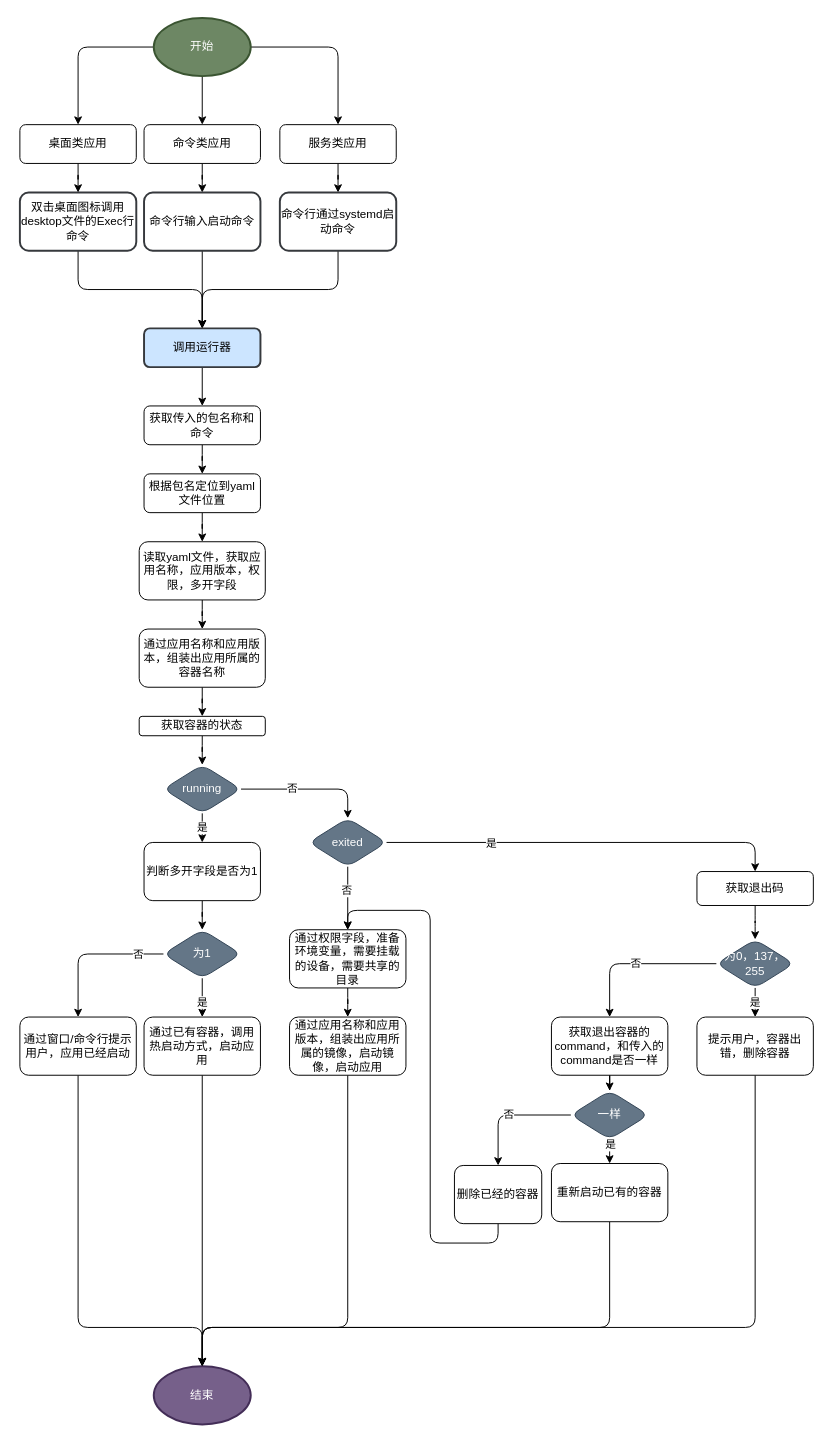
Doorer/draw.io-1 keeps this draw.io diagram as page "第 1 页" (1 of 2) of apprunning.drawio. Above is the earlier version. Source tidied: cells renumbered, new cells numbered last; positions are measured from the earlier drawing's top-left corner, leaving out a move shared by most shapes. Both pictures are drawn from the tidied source at 97%, with x=0, y=0 at pixel (19, 17).
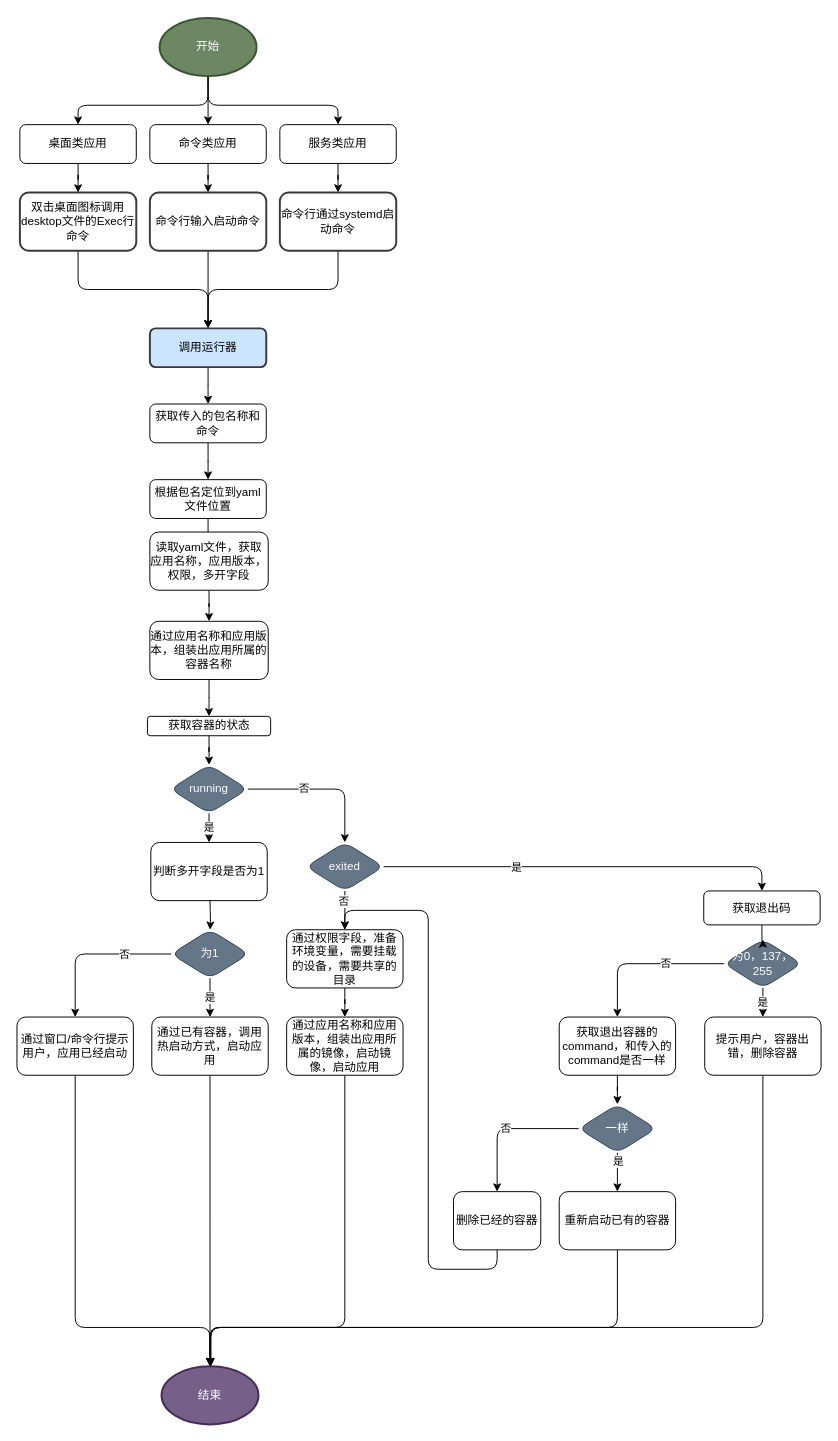
Above is the later version.

Unchanged cells that the change refers to:
```xml
<mxCell id="7" value="双击桌面图标调用desktop文件的Exec行命令" style="whiteSpace=wrap;html=1;strokeWidth=2;fillColor=#FFFFFF;strokeColor=#36393d;rounded=1;" parent="1" vertex="1">
  <mxGeometry y="180" width="120" height="60" as="geometry" />
</mxCell>
<mxCell id="11" value="桌面类应用" style="rounded=1;whiteSpace=wrap;html=1;" parent="1" vertex="1">
  <mxGeometry y="110" width="120" height="40" as="geometry" />
</mxCell>
<mxCell id="15" value="服务类应用" style="rounded=1;whiteSpace=wrap;html=1;" parent="1" vertex="1">
  <mxGeometry x="268" y="110" width="120" height="40" as="geometry" />
</mxCell>
<mxCell id="19" value="命令行通过systemd启动命令" style="whiteSpace=wrap;html=1;strokeWidth=2;fillColor=#FFFFFF;strokeColor=#36393d;rounded=1;" parent="1" vertex="1">
  <mxGeometry x="268" y="180" width="120" height="60" as="geometry" />
</mxCell>
<mxCell id="34" style="edgeStyle=orthogonalEdgeStyle;rounded=1;jettySize=auto;html=1;" parent="1" edge="1" source="38" target="50">
  <mxGeometry relative="1" as="geometry" />
</mxCell>
<mxCell id="43" style="edgeStyle=orthogonalEdgeStyle;rounded=1;jettySize=auto;html=1;" parent="1" edge="1" source="45" target="52">
  <mxGeometry relative="1" as="geometry" />
</mxCell>
```

Change to the diagram source:
```diff
@@
     <mxCell id="2" style="edgeStyle=orthogonalEdgeStyle;rounded=1;jettySize=auto;html=1;entryX=0.5;entryY=0;entryDx=0;entryDy=0;" parent="1" edge="1" source="5" target="11">
-      <mxGeometry relative="1" as="geometry" />
+      <mxGeometry relative="1" as="geometry">
+        <Array as="points">
+          <mxPoint x="194" y="90" />
+          <mxPoint x="60" y="90" />
+        </Array>
+      </mxGeometry>
     </mxCell>
@@
-    <mxCell id="4" style="edgeStyle=orthogonalEdgeStyle;rounded=1;jettySize=auto;html=1;" parent="1" edge="1" source="5" target="15">
-      <mxGeometry relative="1" as="geometry" />
+    <mxCell id="4" style="edgeStyle=orthogonalEdgeStyle;rounded=1;jettySize=auto;html=1;" parent="1" edge="1" target="15">
+      <mxGeometry relative="1" as="geometry">
+        <mxPoint x="194" y="60" as="sourcePoint" />
+        <Array as="points">
+          <mxPoint x="194" y="90" />
+          <mxPoint x="328" y="90" />
+        </Array>
+      </mxGeometry>
     </mxCell>
     <mxCell id="5" value="开始" style="strokeWidth=2;html=1;shape=mxgraph.flowchart.start_1;whiteSpace=wrap;fillColor=#6d8764;strokeColor=#3A5431;rounded=1;fontColor=#ffffff;" parent="1" vertex="1">
-      <mxGeometry x="138" width="100" height="60" as="geometry" />
+      <mxGeometry x="144" width="100" height="60" as="geometry" />
     </mxCell>
-    <mxCell id="6" style="edgeStyle=orthogonalEdgeStyle;rounded=1;jettySize=auto;html=1;" parent="1" edge="1" source="7">
-      <mxGeometry relative="1" as="geometry">
-        <mxPoint x="188" y="320" as="targetPoint" />
-        <Array as="points">
-          <mxPoint x="60" y="280" />
-          <mxPoint x="188" y="280" />
-        </Array>
-      </mxGeometry>
-    </mxCell>
+    <mxCell id="72" style="edgeStyle=orthogonalEdgeStyle;rounded=1;jettySize=auto;html=1;entryX=0.5;entryY=0;entryDx=0;entryDy=0;exitX=0.5;exitY=1;exitDx=0;exitDy=0;" parent="1" edge="1" source="7" target="9">
+      <mxGeometry relative="1" as="geometry" />
+    </mxCell>
@@
     <mxCell id="9" value="调用运行器" style="whiteSpace=wrap;html=1;strokeWidth=2;fillColor=#cce5ff;strokeColor=#36393d;rounded=1;" parent="1" vertex="1">
-      <mxGeometry x="128" y="320" width="120" height="40" as="geometry" />
+      <mxGeometry x="134" y="320" width="120" height="40" as="geometry" />
     </mxCell>
@@
     <mxCell id="13" value="命令类应用" style="rounded=1;whiteSpace=wrap;html=1;" parent="1" vertex="1">
-      <mxGeometry x="128" y="110" width="120" height="40" as="geometry" />
+      <mxGeometry x="134" y="110" width="120" height="40" as="geometry" />
     </mxCell>
@@
     <mxCell id="17" value="命令行输入启动命令" style="whiteSpace=wrap;html=1;strokeWidth=2;fillColor=#FFFFFF;strokeColor=#36393d;rounded=1;" parent="1" vertex="1">
-      <mxGeometry x="128" y="180" width="120" height="60" as="geometry" />
+      <mxGeometry x="134" y="180" width="120" height="60" as="geometry" />
     </mxCell>
     <mxCell id="18" style="edgeStyle=orthogonalEdgeStyle;rounded=1;jettySize=auto;html=1;entryX=0.5;entryY=0;entryDx=0;entryDy=0;" parent="1" edge="1" source="19" target="9">
       <mxGeometry relative="1" as="geometry">
         <Array as="points">
           <mxPoint x="328" y="280" />
-          <mxPoint x="188" y="280" />
+          <mxPoint x="194" y="280" />
         </Array>
       </mxGeometry>
     </mxCell>
@@
     <mxCell id="21" value="获取传入的包名称和命令" style="rounded=1;whiteSpace=wrap;html=1;fillColor=#FFFFFF;" parent="1" vertex="1">
-      <mxGeometry x="128" y="400" width="120" height="40" as="geometry" />
+      <mxGeometry x="134" y="398" width="120" height="40" as="geometry" />
     </mxCell>
@@
     <mxCell id="23" value="根据包名定位到yaml文件位置" style="rounded=1;whiteSpace=wrap;html=1;fillColor=#FFFFFF;" parent="1" vertex="1">
-      <mxGeometry x="128" y="470" width="120" height="40" as="geometry" />
+      <mxGeometry x="134" y="476" width="120" height="40" as="geometry" />
     </mxCell>
@@
     <mxCell id="25" value="读取yaml文件，获取应用名称，应用版本，权限，多开字段" style="rounded=1;whiteSpace=wrap;html=1;fillColor=#FFFFFF;" parent="1" vertex="1">
-      <mxGeometry x="123" y="540" width="130" height="60" as="geometry" />
+      <mxGeometry x="134" y="530" width="122" height="60" as="geometry" />
     </mxCell>
@@
     <mxCell id="27" value="通过应用名称和应用版本，组装出应用所属的容器名称" style="whiteSpace=wrap;html=1;fillColor=#FFFFFF;rounded=1;" parent="1" vertex="1">
-      <mxGeometry x="123" y="630" width="130" height="60" as="geometry" />
+      <mxGeometry x="134" y="622" width="122" height="60" as="geometry" />
     </mxCell>
@@
     <mxCell id="29" value="获取容器的状态" style="whiteSpace=wrap;html=1;fillColor=#FFFFFF;rounded=1;" parent="1" vertex="1">
-      <mxGeometry x="123" y="720" width="130" height="20" as="geometry" />
+      <mxGeometry x="131.5" y="720" width="127" height="20" as="geometry" />
     </mxCell>
@@
     <mxCell id="33" value="running" style="rhombus;whiteSpace=wrap;html=1;rounded=1;fillColor=#647687;fontColor=#ffffff;strokeColor=#314354;" parent="1" vertex="1">
-      <mxGeometry x="148" y="770" width="80" height="50" as="geometry" />
+      <mxGeometry x="155" y="770" width="80" height="50" as="geometry" />
     </mxCell>
@@
     <mxCell id="35" value="否" style="edgeLabel;html=1;align=center;verticalAlign=middle;" parent="34" vertex="1">
       <mxGeometry x="-0.26" y="2" relative="1" as="geometry">
-        <mxPoint x="-4" as="offset" />
+        <mxPoint x="-4" y="-5" as="offset" />
       </mxGeometry>
     </mxCell>
-    <mxCell id="36" style="edgeStyle=orthogonalEdgeStyle;rounded=1;jettySize=auto;html=1;" parent="1" edge="1" source="38" target="56">
+    <mxCell id="36" style="edgeStyle=orthogonalEdgeStyle;rounded=1;jettySize=auto;html=1;entryX=0.5;entryY=0;entryDx=0;entryDy=0;" parent="1" edge="1" source="38" target="56">
       <mxGeometry relative="1" as="geometry" />
     </mxCell>
     <mxCell id="37" value="是" style="edgeLabel;html=1;align=center;verticalAlign=middle;" parent="36" vertex="1">
-      <mxGeometry x="-0.48" relative="1" as="geometry" />
+      <mxGeometry x="-0.48" relative="1" as="geometry">
+        <mxPoint x="28" as="offset" />
+      </mxGeometry>
     </mxCell>
     <mxCell id="38" value="exited" style="rhombus;whiteSpace=wrap;html=1;rounded=1;fillColor=#647687;fontColor=#ffffff;strokeColor=#314354;" parent="1" vertex="1">
-      <mxGeometry x="298" y="825" width="80" height="50" as="geometry" />
+      <mxGeometry x="295" y="850" width="80" height="50" as="geometry" />
     </mxCell>
-    <mxCell id="39" style="edgeStyle=orthogonalEdgeStyle;rounded=1;jettySize=auto;html=1;" parent="1" edge="1" source="40" target="45">
-      <mxGeometry relative="1" as="geometry" />
+    <mxCell id="39" style="edgeStyle=orthogonalEdgeStyle;rounded=1;jettySize=auto;html=1;" parent="1" edge="1" target="45">
+      <mxGeometry relative="1" as="geometry">
+        <mxPoint x="196" y="910" as="sourcePoint" />
+      </mxGeometry>
     </mxCell>
     <mxCell id="40" value="判断多开字段是否为1" style="rounded=1;whiteSpace=wrap;html=1;fillColor=#FFFFFF;" parent="1" vertex="1">
-      <mxGeometry x="128" y="850" width="120" height="60" as="geometry" />
+      <mxGeometry x="135" y="850" width="120" height="60" as="geometry" />
     </mxCell>
-    <mxCell id="41" style="edgeStyle=orthogonalEdgeStyle;rounded=1;jettySize=auto;html=1;" parent="1" edge="1" source="45" target="47">
+    <mxCell id="41" value="是" style="edgeStyle=orthogonalEdgeStyle;rounded=1;jettySize=auto;html=1;" parent="1" edge="1" source="45" target="47">
       <mxGeometry relative="1" as="geometry" />
     </mxCell>
-    <mxCell id="42" value="是" style="edgeLabel;html=1;align=center;verticalAlign=middle;" parent="41" vertex="1">
-      <mxGeometry x="0.22" y="1" relative="1" as="geometry">
-        <mxPoint x="-2" as="offset" />
-      </mxGeometry>
-    </mxCell>
@@
     <mxCell id="44" value="否" style="edgeLabel;html=1;align=center;verticalAlign=middle;" parent="43" vertex="1">
       <mxGeometry x="-0.62" y="3" relative="1" as="geometry">
-        <mxPoint x="2" y="-3" as="offset" />
+        <mxPoint x="-18" y="-3" as="offset" />
       </mxGeometry>
     </mxCell>
     <mxCell id="45" value="为1" style="rhombus;whiteSpace=wrap;html=1;rounded=1;fillColor=#647687;fontColor=#ffffff;strokeColor=#314354;" parent="1" vertex="1">
-      <mxGeometry x="148" y="940" width="80" height="50" as="geometry" />
+      <mxGeometry x="156" y="940" width="80" height="50" as="geometry" />
     </mxCell>
-    <mxCell id="46" style="edgeStyle=orthogonalEdgeStyle;rounded=1;jettySize=auto;html=1;" parent="1" edge="1" source="47" target="48">
-      <mxGeometry relative="1" as="geometry" />
+    <mxCell id="46" style="edgeStyle=orthogonalEdgeStyle;rounded=1;jettySize=auto;html=1;" parent="1" edge="1" source="47">
+      <mxGeometry relative="1" as="geometry">
+        <mxPoint x="196" y="1390" as="targetPoint" />
+      </mxGeometry>
     </mxCell>
     <mxCell id="47" value="通过已有容器，调用热启动方式，启动应用" style="rounded=1;whiteSpace=wrap;html=1;fillColor=#FFFFFF;" parent="1" vertex="1">
-      <mxGeometry x="128" y="1030" width="120" height="60" as="geometry" />
+      <mxGeometry x="136" y="1030" width="120" height="60" as="geometry" />
     </mxCell>
     <mxCell id="48" value="结束" style="strokeWidth=2;html=1;shape=mxgraph.flowchart.start_1;whiteSpace=wrap;fillColor=#76608a;fontColor=#ffffff;strokeColor=#432D57;rounded=1;" parent="1" vertex="1">
-      <mxGeometry x="138" y="1390" width="100" height="60" as="geometry" />
+      <mxGeometry x="146" y="1390" width="100" height="60" as="geometry" />
     </mxCell>
@@
     <mxCell id="50" value="通过权限字段，准备环境变量，需要挂载的设备，需要共享的目录" style="whiteSpace=wrap;html=1;fillColor=#FFFFFF;rounded=1;" parent="1" vertex="1">
-      <mxGeometry x="278" y="940" width="120" height="60" as="geometry" />
+      <mxGeometry x="275" y="940" width="120" height="60" as="geometry" />
     </mxCell>
-    <mxCell id="51" style="edgeStyle=orthogonalEdgeStyle;rounded=1;jettySize=auto;html=1;entryX=0.5;entryY=0;entryDx=0;entryDy=0;entryPerimeter=0;exitX=0.5;exitY=1;exitDx=0;exitDy=0;" parent="1" edge="1" source="52" target="48">
+    <mxCell id="51" style="edgeStyle=orthogonalEdgeStyle;rounded=1;jettySize=auto;html=1;entryX=0.5;entryY=0;entryDx=0;entryDy=0;entryPerimeter=0;exitX=0.5;exitY=1;exitDx=0;exitDy=0;" parent="1" edge="1" source="52">
       <mxGeometry relative="1" as="geometry">
+        <mxPoint x="196" y="1390" as="targetPoint" />
         <Array as="points">
-          <mxPoint x="60" y="1350" />
-          <mxPoint x="188" y="1350" />
+          <mxPoint x="57" y="1350" />
+          <mxPoint x="196" y="1350" />
         </Array>
       </mxGeometry>
     </mxCell>
     <mxCell id="52" value="通过窗口/命令行提示用户，应用已经启动" style="whiteSpace=wrap;html=1;fillColor=#FFFFFF;rounded=1;" parent="1" vertex="1">
-      <mxGeometry y="1030" width="120" height="60" as="geometry" />
+      <mxGeometry x="-3" y="1030" width="120" height="60" as="geometry" />
     </mxCell>
-    <mxCell id="53" style="edgeStyle=orthogonalEdgeStyle;rounded=1;jettySize=auto;html=1;entryX=0.5;entryY=0;entryDx=0;entryDy=0;entryPerimeter=0;" parent="1" edge="1" target="48">
-      <mxGeometry relative="1" as="geometry">
-        <mxPoint x="338" y="1090" as="sourcePoint" />
-        <Array as="points">
-          <mxPoint x="338" y="1350" />
-          <mxPoint x="188" y="1350" />
-        </Array>
-      </mxGeometry>
-    </mxCell>
+    <mxCell id="73" style="edgeStyle=orthogonalEdgeStyle;rounded=1;jettySize=auto;html=1;" parent="1" edge="1" source="54" target="48">
+      <mxGeometry relative="1" as="geometry">
+        <Array as="points">
+          <mxPoint x="335" y="1350" />
+          <mxPoint x="197" y="1350" />
+        </Array>
+      </mxGeometry>
+    </mxCell>
     <mxCell id="54" value="通过应用名称和应用版本，组装出应用所属的镜像，启动镜像，启动应用" style="whiteSpace=wrap;html=1;fillColor=#FFFFFF;rounded=1;" parent="1" vertex="1">
-      <mxGeometry x="278" y="1030" width="120" height="60" as="geometry" />
+      <mxGeometry x="275" y="1030" width="120" height="60" as="geometry" />
     </mxCell>
-    <mxCell id="55" style="edgeStyle=orthogonalEdgeStyle;rounded=1;jettySize=auto;html=1;" parent="1" edge="1" source="56" target="59">
-      <mxGeometry relative="1" as="geometry" />
-    </mxCell>
-    <mxCell id="56" value="获取退出码" style="whiteSpace=wrap;html=1;fillColor=#FFFFFF;rounded=1;" parent="1" vertex="1">
-      <mxGeometry x="698" y="880" width="120" height="35" as="geometry" />
-    </mxCell>
@@
     <mxCell id="58" value="否" style="edgeStyle=orthogonalEdgeStyle;rounded=1;jettySize=auto;html=1;" parent="1" edge="1" source="59" target="63">
-      <mxGeometry relative="1" as="geometry" />
+      <mxGeometry x="-0.27" relative="1" as="geometry" />
     </mxCell>
     <mxCell id="59" value="为0，137，255" style="rhombus;whiteSpace=wrap;html=1;rounded=1;fillColor=#647687;fontColor=#ffffff;strokeColor=#314354;" parent="1" vertex="1">
-      <mxGeometry x="718" y="950" width="80" height="50" as="geometry" />
+      <mxGeometry x="726" y="950" width="80" height="50" as="geometry" />
     </mxCell>
     <mxCell id="60" style="edgeStyle=orthogonalEdgeStyle;rounded=1;jettySize=auto;html=1;exitX=0.5;exitY=1;exitDx=0;exitDy=0;" parent="1" edge="1" source="61">
       <mxGeometry relative="1" as="geometry">
-        <mxPoint x="188" y="1390" as="targetPoint" />
+        <mxPoint x="196" y="1390" as="targetPoint" />
         <Array as="points">
-          <mxPoint x="758" y="1350" />
-          <mxPoint x="188" y="1350" />
+          <mxPoint x="766" y="1350" />
+          <mxPoint x="196" y="1350" />
         </Array>
       </mxGeometry>
     </mxCell>
     <mxCell id="61" value="提示用户，容器出错，删除容器" style="whiteSpace=wrap;html=1;fillColor=#FFFFFF;rounded=1;" parent="1" vertex="1">
-      <mxGeometry x="698" y="1030" width="120" height="60" as="geometry" />
+      <mxGeometry x="706" y="1030" width="120" height="60" as="geometry" />
     </mxCell>
@@
     <mxCell id="63" value="获取退出容器的command，和传入的command是否一样" style="rounded=1;whiteSpace=wrap;html=1;fillColor=#FFFFFF;" parent="1" vertex="1">
-      <mxGeometry x="548" y="1030" width="120" height="60" as="geometry" />
+      <mxGeometry x="556" y="1030" width="120" height="60" as="geometry" />
     </mxCell>
     <mxCell id="64" style="edgeStyle=orthogonalEdgeStyle;rounded=1;jettySize=auto;html=1;exitX=0.5;exitY=1;exitDx=0;exitDy=0;" parent="1" edge="1" source="67" target="69">
       <mxGeometry relative="1" as="geometry">
         <Array as="points">
-          <mxPoint x="608" y="1240" />
-          <mxPoint x="608" y="1240" />
+          <mxPoint x="616" y="1254" />
+          <mxPoint x="616" y="1254" />
         </Array>
       </mxGeometry>
     </mxCell>
@@
     <mxCell id="67" value="一样" style="rhombus;whiteSpace=wrap;html=1;rounded=1;fillColor=#647687;fontColor=#ffffff;strokeColor=#314354;" parent="1" vertex="1">
-      <mxGeometry x="568" y="1106" width="80" height="50" as="geometry" />
+      <mxGeometry x="576" y="1120" width="80" height="50" as="geometry" />
     </mxCell>
-    <mxCell id="68" style="edgeStyle=orthogonalEdgeStyle;rounded=1;jettySize=auto;html=1;exitX=0.5;exitY=1;exitDx=0;exitDy=0;" parent="1" edge="1" source="69" target="48">
+    <mxCell id="68" style="edgeStyle=orthogonalEdgeStyle;rounded=1;jettySize=auto;html=1;exitX=0.5;exitY=1;exitDx=0;exitDy=0;" parent="1" edge="1" source="69">
       <mxGeometry relative="1" as="geometry">
+        <mxPoint x="196" y="1390" as="targetPoint" />
         <Array as="points">
-          <mxPoint x="608" y="1350" />
-          <mxPoint x="188" y="1350" />
+          <mxPoint x="616" y="1350" />
+          <mxPoint x="196" y="1350" />
         </Array>
       </mxGeometry>
     </mxCell>
     <mxCell id="69" value="重新启动已有的容器" style="rounded=1;whiteSpace=wrap;html=1;fillColor=#FFFFFF;" parent="1" vertex="1">
-      <mxGeometry x="548" y="1181" width="120" height="60" as="geometry" />
+      <mxGeometry x="556" y="1210" width="120" height="60" as="geometry" />
     </mxCell>
@@
     <mxCell id="71" value="删除已经的容器" style="whiteSpace=wrap;html=1;fillColor=#FFFFFF;rounded=1;" parent="1" vertex="1">
-      <mxGeometry x="448" y="1183" width="90" height="60" as="geometry" />
+      <mxGeometry x="447" y="1210" width="90" height="60" as="geometry" />
     </mxCell>
+    <mxCell id="55" style="edgeStyle=orthogonalEdgeStyle;rounded=1;jettySize=auto;html=1;entryX=0.5;entryY=0;entryDx=0;entryDy=0;" parent="1" edge="1" source="56" target="59">
+      <mxGeometry relative="1" as="geometry" />
+    </mxCell>
+    <mxCell id="56" value="获取退出码" style="whiteSpace=wrap;html=1;fillColor=#FFFFFF;rounded=1;" parent="1" vertex="1">
+      <mxGeometry x="705" y="900" width="120" height="35" as="geometry" />
+    </mxCell>
```
